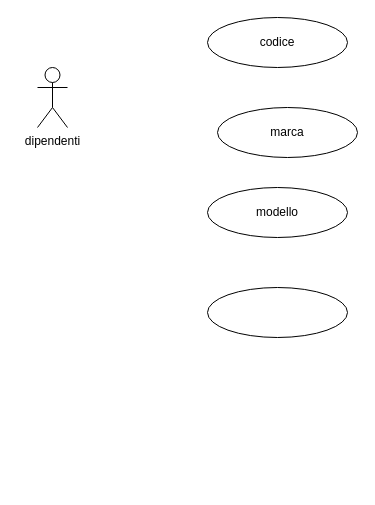
Above: es20.drawio in LuciaFornasier/lucia_fornasiertpsites (draw.io), before the change. Source tidied: cells renumbered, new cells numbered last; positions are measured from the earlier drawing's top-left corner, leaving out a move shared by most shapes. Both pictures are drawn from the tidied source at 100%, with x=0, y=0 at pixel (37, 17).
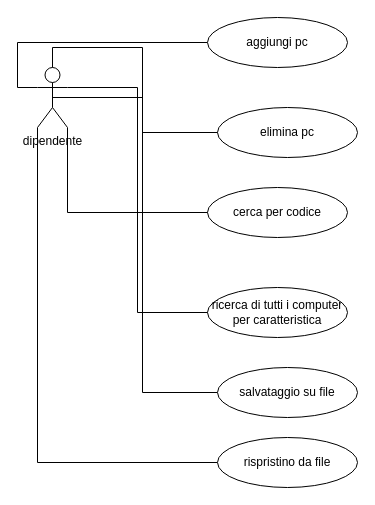
After the change.

Diff of the diagram source:
```diff
@@
 <mxGraphModel>
   <root>
     <mxCell id="0" />
     <mxCell id="1" parent="0" />
+    <mxCell id="7" style="edgeStyle=orthogonalEdgeStyle;rounded=0;jettySize=auto;html=1;exitX=0.5;exitY=0.5;exitDx=0;exitDy=0;exitPerimeter=0;entryX=0;entryY=0.5;entryDx=0;entryDy=0;defaultLabelBackgroundColor=gap;endArrow=none;endFill=0;" parent="1" edge="1" source="2" target="10">
+      <mxGeometry relative="1" as="geometry" />
+    </mxCell>
+    <mxCell id="8" style="edgeStyle=orthogonalEdgeStyle;rounded=0;jettySize=auto;html=1;exitX=0;exitY=0.3333333333333333;exitDx=0;exitDy=0;exitPerimeter=0;entryX=0;entryY=0.5;entryDx=0;entryDy=0;defaultLabelBackgroundColor=gap;endArrow=none;endFill=0;" parent="1" edge="1" source="2" target="3">
+      <mxGeometry relative="1" as="geometry" />
+    </mxCell>
+    <mxCell id="9" style="edgeStyle=orthogonalEdgeStyle;rounded=0;jettySize=auto;html=1;exitX=0;exitY=1;exitDx=0;exitDy=0;exitPerimeter=0;entryX=0;entryY=0.5;entryDx=0;entryDy=0;defaultLabelBackgroundColor=gap;endArrow=none;endFill=0;" parent="1" edge="1" source="2" target="11">
+      <mxGeometry relative="1" as="geometry" />
+    </mxCell>
-    <mxCell id="2" value="dipendenti" style="shape=umlActor;verticalLabelPosition=bottom;verticalAlign=top;html=1;outlineConnect=0;" parent="1" vertex="1">
+    <mxCell id="2" value="dipendente" style="shape=umlActor;verticalLabelPosition=bottom;verticalAlign=top;html=1;outlineConnect=0;" parent="1" vertex="1">
       <mxGeometry y="50" width="30" height="60" as="geometry" />
     </mxCell>
-    <mxCell id="3" value="codice" style="ellipse;whiteSpace=wrap;html=1;shapeInside=1;" parent="1" vertex="1">
+    <mxCell id="3" value="aggiungi pc" style="ellipse;whiteSpace=wrap;html=1;shapeInside=1;" parent="1" vertex="1">
       <mxGeometry x="170" width="140" height="50" as="geometry" />
     </mxCell>
-    <mxCell id="4" value="marca" style="ellipse;whiteSpace=wrap;html=1;shapeInside=1;" parent="1" vertex="1">
+    <mxCell id="4" value="&lt;div&gt;elimina pc&lt;/div&gt;" style="ellipse;whiteSpace=wrap;html=1;shapeInside=1;" parent="1" vertex="1">
       <mxGeometry x="180" y="90" width="140" height="50" as="geometry" />
     </mxCell>
-    <mxCell id="5" value="modello" style="ellipse;whiteSpace=wrap;html=1;shapeInside=1;" parent="1" vertex="1">
+    <mxCell id="5" value="cerca per codice" style="ellipse;whiteSpace=wrap;html=1;shapeInside=1;" parent="1" vertex="1">
       <mxGeometry x="170" y="170" width="140" height="50" as="geometry" />
     </mxCell>
-    <mxCell id="6" style="ellipse;whiteSpace=wrap;html=1;shapeInside=1;" parent="1" vertex="1">
+    <mxCell id="6" value="ricerca di tutti i computer per caratteristica" style="ellipse;whiteSpace=wrap;html=1;shapeInside=1;" parent="1" vertex="1">
       <mxGeometry x="170" y="270" width="140" height="50" as="geometry" />
     </mxCell>
+    <mxCell id="10" value="&lt;div&gt;salvataggio su file&lt;/div&gt;" style="ellipse;whiteSpace=wrap;html=1;shapeInside=1;" parent="1" vertex="1">
+      <mxGeometry x="180" y="350" width="140" height="50" as="geometry" />
+    </mxCell>
+    <mxCell id="11" value="rispristino da file" style="ellipse;whiteSpace=wrap;html=1;shapeInside=1;" parent="1" vertex="1">
+      <mxGeometry x="180" y="420" width="140" height="50" as="geometry" />
+    </mxCell>
+    <mxCell id="12" style="edgeStyle=orthogonalEdgeStyle;rounded=0;jettySize=auto;html=1;exitX=1;exitY=0.3333333333333333;exitDx=0;exitDy=0;exitPerimeter=0;entryX=0;entryY=0.5;entryDx=0;entryDy=0;defaultLabelBackgroundColor=gap;endArrow=none;endFill=0;" parent="1" edge="1" source="2" target="6">
+      <mxGeometry x="0.29" relative="1" as="geometry" />
+    </mxCell>
+    <mxCell id="13" style="edgeStyle=orthogonalEdgeStyle;rounded=0;jettySize=auto;html=1;entryX=0;entryY=0.5;entryDx=0;entryDy=0;defaultLabelBackgroundColor=gap;endArrow=none;endFill=0;exitX=1;exitY=1;exitDx=0;exitDy=0;exitPerimeter=0;" parent="1" edge="1" source="2" target="5">
+      <mxGeometry x="0.18" relative="1" as="geometry" />
+    </mxCell>
+    <mxCell id="14" style="edgeStyle=orthogonalEdgeStyle;rounded=0;jettySize=auto;html=1;exitX=0.5;exitY=0;exitDx=0;exitDy=0;exitPerimeter=0;defaultLabelBackgroundColor=gap;endArrow=none;endFill=0;" parent="1" edge="1" source="2" target="4">
+      <mxGeometry x="0.33" relative="1" as="geometry" />
+    </mxCell>
   </root>
 </mxGraphModel>
```
